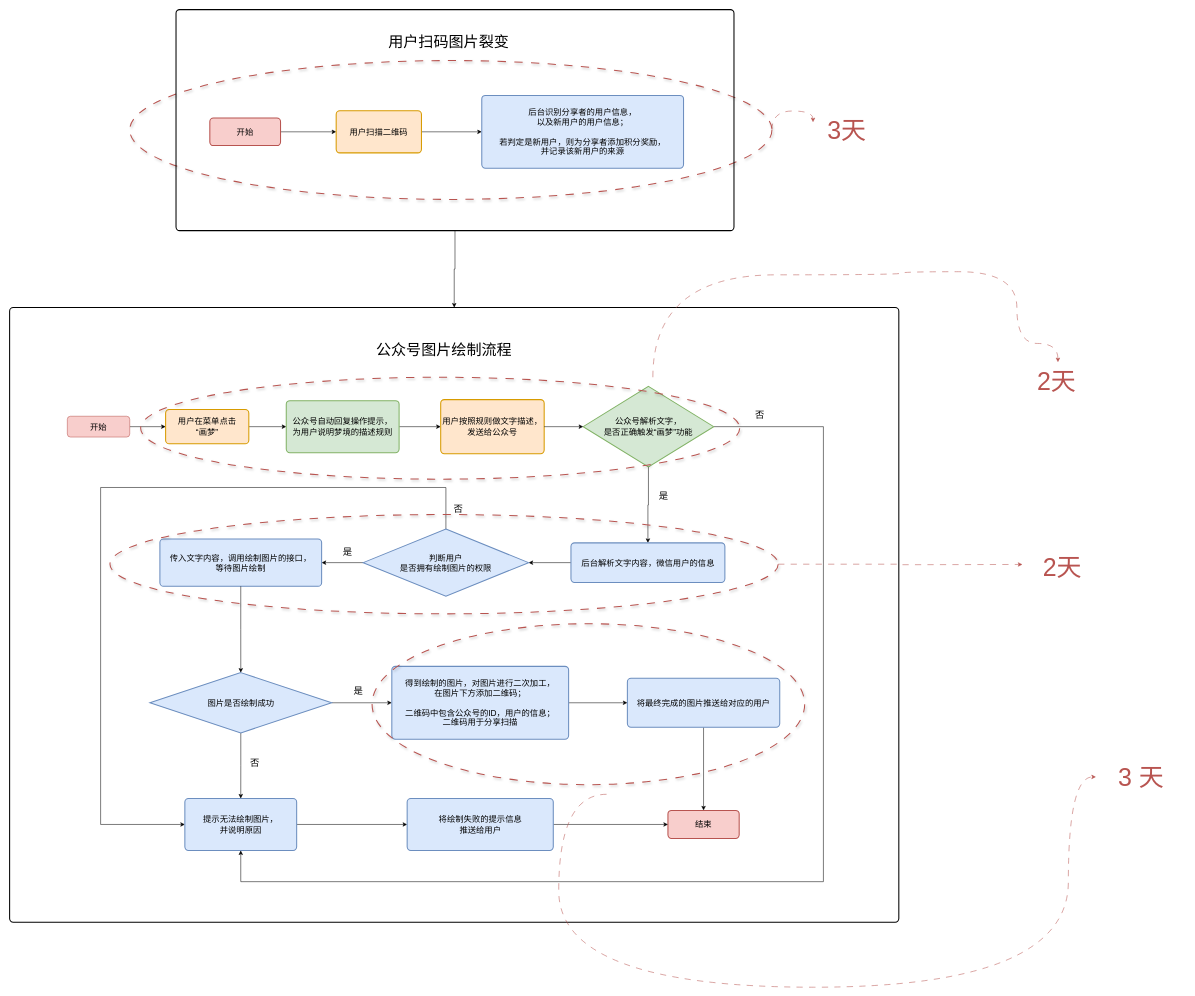
This is 公众号绘制图片.drawio from trevorHsu/draftChart, a draw.io file, before an edit. Source tidied: cells renumbered, new cells numbered last; positions are measured from the earlier drawing's top-left corner, leaving out a move shared by most shapes. Both pictures are drawn from the tidied source at 52%, with x=0, y=0 at pixel (9, 9).
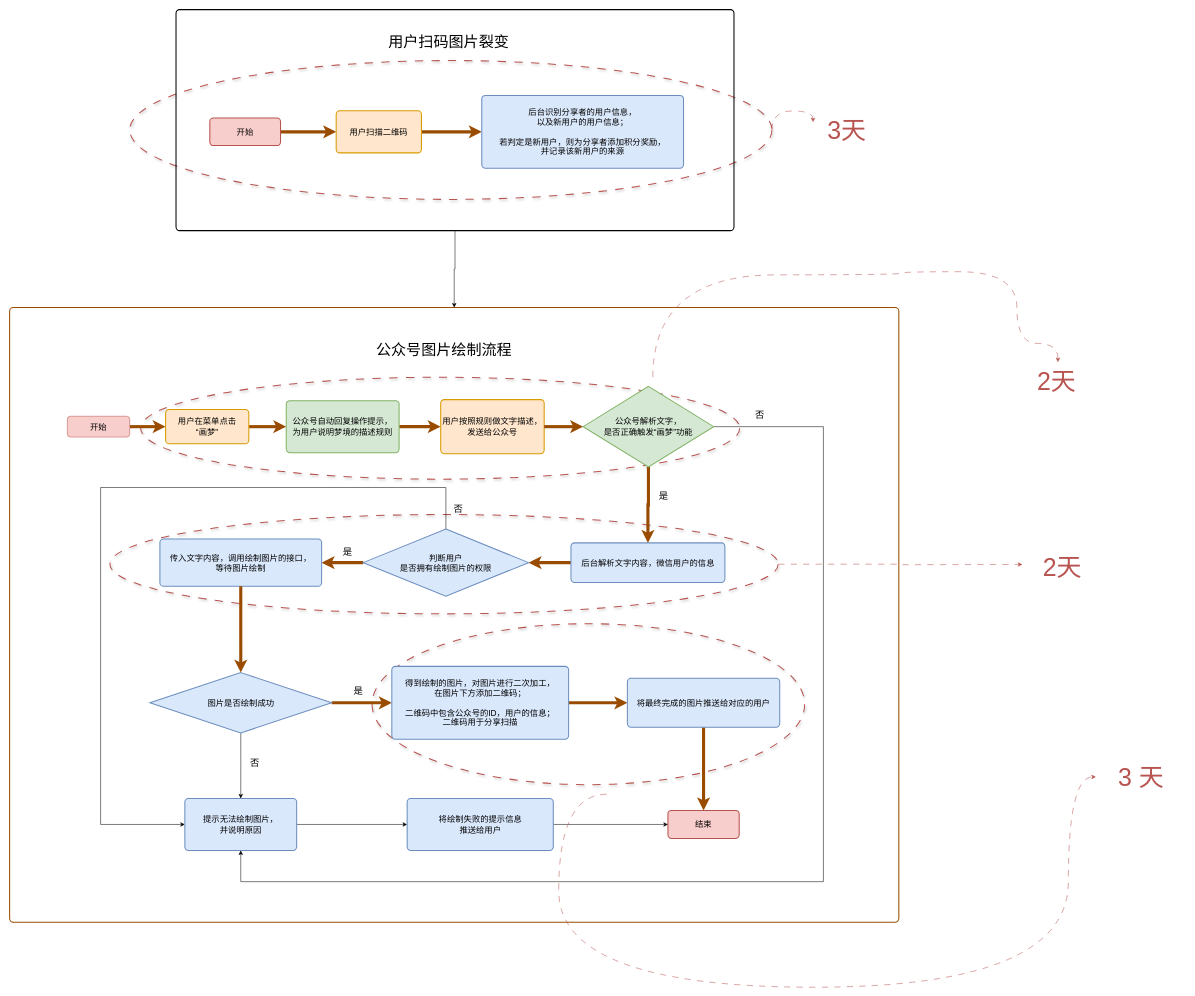
The same diagram, later.

Commit message:
更新公众号绘制图片.drawio

Unchanged cells that the change refers to:
```xml
<mxCell id="8" value="&lt;font style=&quot;font-size: 16px;&quot;&gt;开始&lt;/font&gt;" style="rounded=1;whiteSpace=wrap;html=1;fontSize=16;glass=0;strokeWidth=1;shadow=0;fillColor=#f8cecc;strokeColor=#b85450;" parent="1" vertex="1">
  <mxGeometry x="111" y="782" width="120" height="40" as="geometry" />
</mxCell>
<mxCell id="10" value="&lt;font style=&quot;font-size: 16px;&quot;&gt;用户在菜单点击&lt;br style=&quot;font-size: 16px;&quot;&gt;“画梦”&lt;/font&gt;" style="rounded=1;whiteSpace=wrap;html=1;absoluteArcSize=1;arcSize=14;strokeWidth=2;fontSize=16;fillColor=#ffe6cc;strokeColor=#d79b00;" parent="1" vertex="1">
  <mxGeometry x="300" y="769" width="160" height="66" as="geometry" />
</mxCell>
<mxCell id="12" value="公众号自动回复操作提示，&lt;br style=&quot;font-size: 16px;&quot;&gt;为用户说明梦境的描述规则" style="rounded=1;whiteSpace=wrap;html=1;absoluteArcSize=1;arcSize=14;strokeWidth=2;fontSize=16;fillColor=#d5e8d4;strokeColor=#82b366;" parent="1" vertex="1">
  <mxGeometry x="532" y="752" width="217" height="100" as="geometry" />
</mxCell>
<mxCell id="13" value="用户按照规则做文字描述，&lt;br style=&quot;font-size: 16px;&quot;&gt;发送给公众号" style="rounded=1;whiteSpace=wrap;html=1;absoluteArcSize=1;arcSize=14;strokeWidth=2;fontSize=16;fillColor=#ffe6cc;strokeColor=#d79b00;" parent="1" vertex="1">
  <mxGeometry x="829" y="750" width="199" height="104" as="geometry" />
</mxCell>
<mxCell id="16" value="公众号解析文字，&lt;br style=&quot;font-size: 16px;&quot;&gt;是否正确触发“画梦”功能" style="strokeWidth=2;html=1;shape=mxgraph.flowchart.decision;whiteSpace=wrap;fontSize=16;fillColor=#d5e8d4;strokeColor=#82b366;" parent="1" vertex="1">
  <mxGeometry x="1103" y="724.5" width="251" height="155" as="geometry" />
</mxCell>
<mxCell id="18" value="后台解析文字内容，微信用户的信息" style="rounded=1;whiteSpace=wrap;html=1;absoluteArcSize=1;arcSize=14;strokeWidth=2;fontSize=16;fillColor=#dae8fc;strokeColor=#6c8ebf;" parent="1" vertex="1">
  <mxGeometry x="1079.5" y="1025.5" width="296" height="76" as="geometry" />
</mxCell>
<mxCell id="21" value="判断用户&lt;br&gt;是否拥有绘制图片的权限" style="strokeWidth=2;html=1;shape=mxgraph.flowchart.decision;whiteSpace=wrap;fontSize=16;fillColor=#dae8fc;strokeColor=#6c8ebf;" parent="1" vertex="1">
  <mxGeometry x="680" y="999" width="318" height="129" as="geometry" />
</mxCell>
<mxCell id="26" value="图片是否绘制成功" style="strokeWidth=2;html=1;shape=mxgraph.flowchart.decision;whiteSpace=wrap;fontSize=16;fillColor=#dae8fc;strokeColor=#6c8ebf;" parent="1" vertex="1">
  <mxGeometry x="269.8" y="1275" width="349.5" height="116" as="geometry" />
</mxCell>
<mxCell id="27" value="传入文字内容，调用绘制图片的接口，&lt;br&gt;等待图片绘制" style="rounded=1;whiteSpace=wrap;html=1;absoluteArcSize=1;arcSize=14;strokeWidth=2;fontSize=16;fillColor=#dae8fc;strokeColor=#6c8ebf;" parent="1" vertex="1">
  <mxGeometry x="289" y="1018" width="311" height="91" as="geometry" />
</mxCell>
<mxCell id="29" value="得到绘制的图片，对图片进行二次加工，&lt;br&gt;在图片下方添加二维码；&lt;br&gt;&lt;br style=&quot;font-size: 16px;&quot;&gt;二维码中包含公众号的ID，用户的信息；&lt;br style=&quot;font-size: 16px;&quot;&gt;二维码用于分享扫描" style="rounded=1;whiteSpace=wrap;html=1;absoluteArcSize=1;arcSize=14;strokeWidth=2;fontSize=16;fillColor=#dae8fc;strokeColor=#6c8ebf;" parent="1" vertex="1">
  <mxGeometry x="735" y="1263" width="340" height="140" as="geometry" />
</mxCell>
<mxCell id="31" value="将最终完成的图片推送给对应的用户" style="rounded=1;whiteSpace=wrap;html=1;absoluteArcSize=1;arcSize=14;strokeWidth=2;fontSize=16;fillColor=#dae8fc;strokeColor=#6c8ebf;" parent="1" vertex="1">
  <mxGeometry x="1188" y="1286" width="293" height="94" as="geometry" />
</mxCell>
<mxCell id="33" value="开始" style="rounded=1;whiteSpace=wrap;html=1;absoluteArcSize=1;arcSize=14;strokeWidth=2;fontSize=16;fillColor=#f8cecc;strokeColor=#b85450;" parent="1" vertex="1">
  <mxGeometry x="385" y="208.5" width="136" height="53" as="geometry" />
</mxCell>
<mxCell id="35" value="用户扫描二维码" style="rounded=1;whiteSpace=wrap;html=1;absoluteArcSize=1;arcSize=14;strokeWidth=2;fontSize=16;fillColor=#ffe6cc;strokeColor=#d79b00;" parent="1" vertex="1">
  <mxGeometry x="628" y="194.5" width="164" height="81" as="geometry" />
</mxCell>
<mxCell id="36" value="后台识别分享者的用户信息，&lt;br style=&quot;font-size: 16px;&quot;&gt;以及新用户的用户信息；&lt;br style=&quot;font-size: 16px;&quot;&gt;&lt;br style=&quot;font-size: 16px;&quot;&gt;若判定是新用户，则为分享者添加积分奖励，&lt;br&gt;并记录该新用户的来源" style="rounded=1;whiteSpace=wrap;html=1;absoluteArcSize=1;arcSize=14;strokeWidth=2;fontSize=16;fillColor=#dae8fc;strokeColor=#6c8ebf;" parent="1" vertex="1">
  <mxGeometry x="908" y="165" width="388" height="140" as="geometry" />
</mxCell>
<mxCell id="39" value="结束" style="rounded=1;whiteSpace=wrap;html=1;absoluteArcSize=1;arcSize=14;strokeWidth=2;fontSize=16;fillColor=#f8cecc;strokeColor=#b85450;" parent="1" vertex="1">
  <mxGeometry x="1266" y="1540" width="137" height="54" as="geometry" />
</mxCell>
```

What changed in the source:
```diff
@@
+    <mxCell id="57" style="strokeWidth=2;html=1;shape=mxgraph.flowchart.start_1;whiteSpace=wrap;dashed=1;dashPattern=8 8;shadow=1;fillColor=none;strokeColor=#b85450;" parent="1" vertex="1">
+      <mxGeometry x="697" y="1181" width="832" height="309.5" as="geometry" />
+    </mxCell>
+    <mxCell id="55" style="strokeWidth=2;html=1;shape=mxgraph.flowchart.start_1;whiteSpace=wrap;dashed=1;dashPattern=8 8;shadow=1;fillColor=none;strokeColor=#b85450;" parent="1" vertex="1">
+      <mxGeometry x="193" y="971" width="1285" height="191" as="geometry" />
+    </mxCell>
+    <mxCell id="59" style="strokeWidth=2;html=1;shape=mxgraph.flowchart.start_1;whiteSpace=wrap;dashed=1;dashPattern=8 8;shadow=1;fillColor=none;strokeColor=#b85450;" parent="1" vertex="1">
+      <mxGeometry x="252" y="707" width="1152" height="196" as="geometry" />
+    </mxCell>
@@
-    <mxCell id="4" style="rounded=1;whiteSpace=wrap;html=1;absoluteArcSize=1;arcSize=14;strokeWidth=2;fillColor=none;" parent="1" vertex="1">
+    <mxCell id="4" style="rounded=1;whiteSpace=wrap;html=1;absoluteArcSize=1;arcSize=14;strokeWidth=2;fillColor=none;strokeColor=#994C00;" parent="1" vertex="1">
       <mxGeometry y="573" width="1710" height="1182" as="geometry" />
     </mxCell>
@@
-    <mxCell id="7" style="edgeStyle=orthogonalEdgeStyle;rounded=0;jettySize=auto;html=1;exitX=1;exitY=0.5;exitDx=0;exitDy=0;entryX=0;entryY=0.5;entryDx=0;entryDy=0;" parent="1" edge="1" source="8" target="10">
+    <mxCell id="7" style="edgeStyle=orthogonalEdgeStyle;rounded=0;jettySize=auto;html=1;exitX=1;exitY=0.5;exitDx=0;exitDy=0;entryX=0;entryY=0.5;entryDx=0;entryDy=0;strokeWidth=6;fillColor=#ffcd28;gradientColor=#ffa500;strokeColor=#994C00;" parent="1" edge="1" source="8" target="10">
       <mxGeometry relative="1" as="geometry" />
     </mxCell>
@@
-    <mxCell id="9" style="edgeStyle=orthogonalEdgeStyle;rounded=0;jettySize=auto;html=1;exitX=1;exitY=0.5;exitDx=0;exitDy=0;" parent="1" edge="1" source="10" target="12">
-      <mxGeometry relative="1" as="geometry" />
+    <mxCell id="9" style="edgeStyle=orthogonalEdgeStyle;rounded=0;jettySize=auto;html=1;exitX=1;exitY=0.5;exitDx=0;exitDy=0;strokeWidth=6;fillColor=#ffcd28;gradientColor=#ffa500;strokeColor=#994C00;" parent="1" edge="1" source="10" target="12">
+      <mxGeometry relative="1" as="geometry">
+        <Array as="points">
+          <mxPoint x="482" y="802" />
+          <mxPoint x="482" y="802" />
+        </Array>
+      </mxGeometry>
     </mxCell>
@@
-    <mxCell id="11" style="edgeStyle=orthogonalEdgeStyle;rounded=0;jettySize=auto;html=1;exitX=1;exitY=0.5;exitDx=0;exitDy=0;entryX=0;entryY=0.5;entryDx=0;entryDy=0;" parent="1" edge="1" source="12" target="13">
+    <mxCell id="11" style="edgeStyle=orthogonalEdgeStyle;rounded=0;jettySize=auto;html=1;exitX=1;exitY=0.5;exitDx=0;exitDy=0;entryX=0;entryY=0.5;entryDx=0;entryDy=0;strokeWidth=6;fillColor=#ffcd28;gradientColor=#ffa500;strokeColor=#994C00;" parent="1" edge="1" source="12" target="13">
       <mxGeometry relative="1" as="geometry" />
     </mxCell>
@@
-    <mxCell id="14" style="edgeStyle=orthogonalEdgeStyle;rounded=0;jettySize=auto;html=1;exitX=0.5;exitY=1;exitDx=0;exitDy=0;exitPerimeter=0;entryX=0.5;entryY=0;entryDx=0;entryDy=0;" parent="1" edge="1" source="16" target="18">
+    <mxCell id="14" style="edgeStyle=orthogonalEdgeStyle;rounded=0;jettySize=auto;html=1;exitX=0.5;exitY=1;exitDx=0;exitDy=0;exitPerimeter=0;entryX=0.5;entryY=0;entryDx=0;entryDy=0;strokeWidth=6;fillColor=#ffcd28;gradientColor=#ffa500;strokeColor=#994C00;" parent="1" edge="1" source="16" target="18">
       <mxGeometry relative="1" as="geometry" />
     </mxCell>
@@
-    <mxCell id="17" style="edgeStyle=orthogonalEdgeStyle;rounded=0;jettySize=auto;html=1;exitX=0;exitY=0.5;exitDx=0;exitDy=0;entryX=1;entryY=0.5;entryDx=0;entryDy=0;entryPerimeter=0;" parent="1" edge="1" source="18" target="21">
+    <mxCell id="17" style="edgeStyle=orthogonalEdgeStyle;rounded=0;jettySize=auto;html=1;exitX=0;exitY=0.5;exitDx=0;exitDy=0;entryX=1;entryY=0.5;entryDx=0;entryDy=0;entryPerimeter=0;strokeColor=#994C00;strokeWidth=6;fillColor=#ffcd28;gradientColor=#ffa500;" parent="1" edge="1" source="18" target="21">
       <mxGeometry relative="1" as="geometry" />
     </mxCell>
@@
-    <mxCell id="19" style="edgeStyle=orthogonalEdgeStyle;rounded=0;jettySize=auto;html=1;exitX=0;exitY=0.5;exitDx=0;exitDy=0;exitPerimeter=0;entryX=1;entryY=0.5;entryDx=0;entryDy=0;" parent="1" edge="1" source="21" target="27">
+    <mxCell id="19" style="edgeStyle=orthogonalEdgeStyle;rounded=0;jettySize=auto;html=1;exitX=0;exitY=0.5;exitDx=0;exitDy=0;exitPerimeter=0;entryX=1;entryY=0.5;entryDx=0;entryDy=0;strokeColor=#994C00;strokeWidth=6;fillColor=#ffcd28;gradientColor=#ffa500;" parent="1" edge="1" source="21" target="27">
       <mxGeometry relative="1" as="geometry" />
     </mxCell>
@@
-    <mxCell id="24" style="edgeStyle=orthogonalEdgeStyle;rounded=0;jettySize=auto;html=1;exitX=1;exitY=0.5;exitDx=0;exitDy=0;exitPerimeter=0;entryX=0;entryY=0.5;entryDx=0;entryDy=0;" parent="1" edge="1" source="26" target="29">
+    <mxCell id="24" style="edgeStyle=orthogonalEdgeStyle;rounded=0;jettySize=auto;html=1;exitX=1;exitY=0.5;exitDx=0;exitDy=0;exitPerimeter=0;entryX=0;entryY=0.5;entryDx=0;entryDy=0;strokeColor=#994C00;strokeWidth=6;fillColor=#ffcd28;gradientColor=#ffa500;" parent="1" edge="1" source="26" target="29">
       <mxGeometry relative="1" as="geometry" />
     </mxCell>
@@
-    <mxCell id="28" style="edgeStyle=orthogonalEdgeStyle;rounded=0;jettySize=auto;html=1;exitX=1;exitY=0.5;exitDx=0;exitDy=0;entryX=0;entryY=0.5;entryDx=0;entryDy=0;" parent="1" edge="1" source="29" target="31">
+    <mxCell id="28" style="edgeStyle=orthogonalEdgeStyle;rounded=0;jettySize=auto;html=1;exitX=1;exitY=0.5;exitDx=0;exitDy=0;entryX=0;entryY=0.5;entryDx=0;entryDy=0;strokeColor=#994C00;strokeWidth=6;fillColor=#ffcd28;gradientColor=#ffa500;" parent="1" edge="1" source="29" target="31">
       <mxGeometry relative="1" as="geometry" />
     </mxCell>
@@
-    <mxCell id="30" style="edgeStyle=orthogonalEdgeStyle;rounded=0;jettySize=auto;html=1;exitX=0.5;exitY=1;exitDx=0;exitDy=0;entryX=0.5;entryY=0;entryDx=0;entryDy=0;" parent="1" edge="1" source="31" target="39">
+    <mxCell id="30" style="edgeStyle=orthogonalEdgeStyle;rounded=0;jettySize=auto;html=1;exitX=0.5;exitY=1;exitDx=0;exitDy=0;entryX=0.5;entryY=0;entryDx=0;entryDy=0;strokeColor=#994C00;strokeWidth=6;fillColor=#ffcd28;gradientColor=#ffa500;" parent="1" edge="1" source="31" target="39">
       <mxGeometry relative="1" as="geometry" />
     </mxCell>
@@
-    <mxCell id="32" style="edgeStyle=orthogonalEdgeStyle;rounded=0;jettySize=auto;html=1;exitX=1;exitY=0.5;exitDx=0;exitDy=0;entryX=0;entryY=0.5;entryDx=0;entryDy=0;" parent="1" edge="1" source="33" target="35">
+    <mxCell id="32" style="edgeStyle=orthogonalEdgeStyle;rounded=0;jettySize=auto;html=1;exitX=1;exitY=0.5;exitDx=0;exitDy=0;entryX=0;entryY=0.5;entryDx=0;entryDy=0;strokeColor=#994C00;strokeWidth=6;fillColor=#ffcd28;gradientColor=#ffa500;" parent="1" edge="1" source="33" target="35">
       <mxGeometry relative="1" as="geometry" />
     </mxCell>
@@
-    <mxCell id="34" style="edgeStyle=orthogonalEdgeStyle;rounded=0;jettySize=auto;html=1;exitX=1;exitY=0.5;exitDx=0;exitDy=0;entryX=0;entryY=0.5;entryDx=0;entryDy=0;" parent="1" edge="1" source="35" target="36">
+    <mxCell id="34" style="edgeStyle=orthogonalEdgeStyle;rounded=0;jettySize=auto;html=1;exitX=1;exitY=0.5;exitDx=0;exitDy=0;entryX=0;entryY=0.5;entryDx=0;entryDy=0;strokeColor=#994C00;strokeWidth=6;fillColor=#ffcd28;gradientColor=#ffa500;" parent="1" edge="1" source="35" target="36">
       <mxGeometry relative="1" as="geometry" />
     </mxCell>
@@
-    <mxCell id="37" style="edgeStyle=orthogonalEdgeStyle;rounded=0;jettySize=auto;html=1;exitX=1;exitY=0.5;exitDx=0;exitDy=0;entryX=0;entryY=0.5;entryDx=0;entryDy=0;entryPerimeter=0;" parent="1" edge="1" source="13" target="16">
+    <mxCell id="37" style="edgeStyle=orthogonalEdgeStyle;rounded=0;jettySize=auto;html=1;exitX=1;exitY=0.5;exitDx=0;exitDy=0;entryX=0;entryY=0.5;entryDx=0;entryDy=0;entryPerimeter=0;strokeWidth=6;fillColor=#ffcd28;gradientColor=#ffa500;strokeColor=#994C00;" parent="1" edge="1" source="13" target="16">
       <mxGeometry relative="1" as="geometry" />
     </mxCell>
-    <mxCell id="38" style="edgeStyle=orthogonalEdgeStyle;rounded=0;jettySize=auto;html=1;exitX=0.5;exitY=1;exitDx=0;exitDy=0;entryX=0.5;entryY=0;entryDx=0;entryDy=0;entryPerimeter=0;" parent="1" edge="1" source="27" target="26">
+    <mxCell id="38" style="edgeStyle=orthogonalEdgeStyle;rounded=0;jettySize=auto;html=1;exitX=0.5;exitY=1;exitDx=0;exitDy=0;entryX=0.5;entryY=0;entryDx=0;entryDy=0;entryPerimeter=0;strokeColor=#994C00;strokeWidth=6;fillColor=#ffcd28;gradientColor=#ffa500;" parent="1" edge="1" source="27" target="26">
       <mxGeometry relative="1" as="geometry" />
     </mxCell>
@@
-    <mxCell id="55" style="strokeWidth=2;html=1;shape=mxgraph.flowchart.start_1;whiteSpace=wrap;dashed=1;dashPattern=8 8;shadow=1;fillColor=none;strokeColor=#b85450;" parent="1" vertex="1">
-      <mxGeometry x="193" y="971" width="1285" height="191" as="geometry" />
-    </mxCell>
@@
-    <mxCell id="57" style="strokeWidth=2;html=1;shape=mxgraph.flowchart.start_1;whiteSpace=wrap;dashed=1;dashPattern=8 8;shadow=1;fillColor=none;strokeColor=#b85450;" parent="1" vertex="1">
-      <mxGeometry x="697" y="1181" width="832" height="309.5" as="geometry" />
-    </mxCell>
@@
-    <mxCell id="59" style="strokeWidth=2;html=1;shape=mxgraph.flowchart.start_1;whiteSpace=wrap;dashed=1;dashPattern=8 8;shadow=1;fillColor=none;strokeColor=#b85450;" parent="1" vertex="1">
-      <mxGeometry x="252" y="707" width="1152" height="196" as="geometry" />
-    </mxCell>
```
